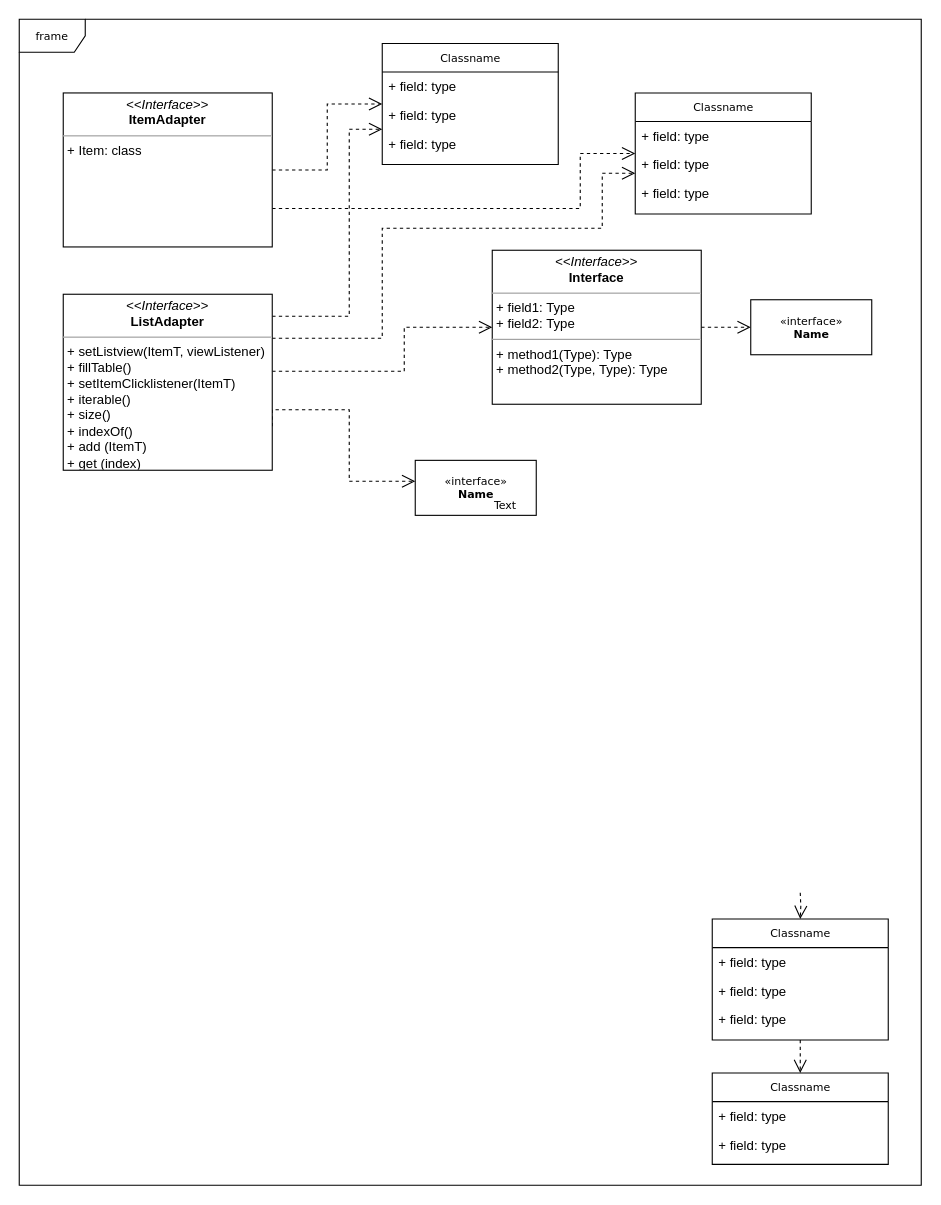
This is Assignment 02/Untitled Diagram.drawio from Mongobob/swc-group45, a draw.io file, before an edit. Source tidied: cells renumbered, new cells numbered last; positions are measured from the earlier drawing's top-left corner, leaving out a move shared by most shapes. Both pictures are drawn from the tidied source at 110%, with x=0, y=0 at pixel (19, 19).
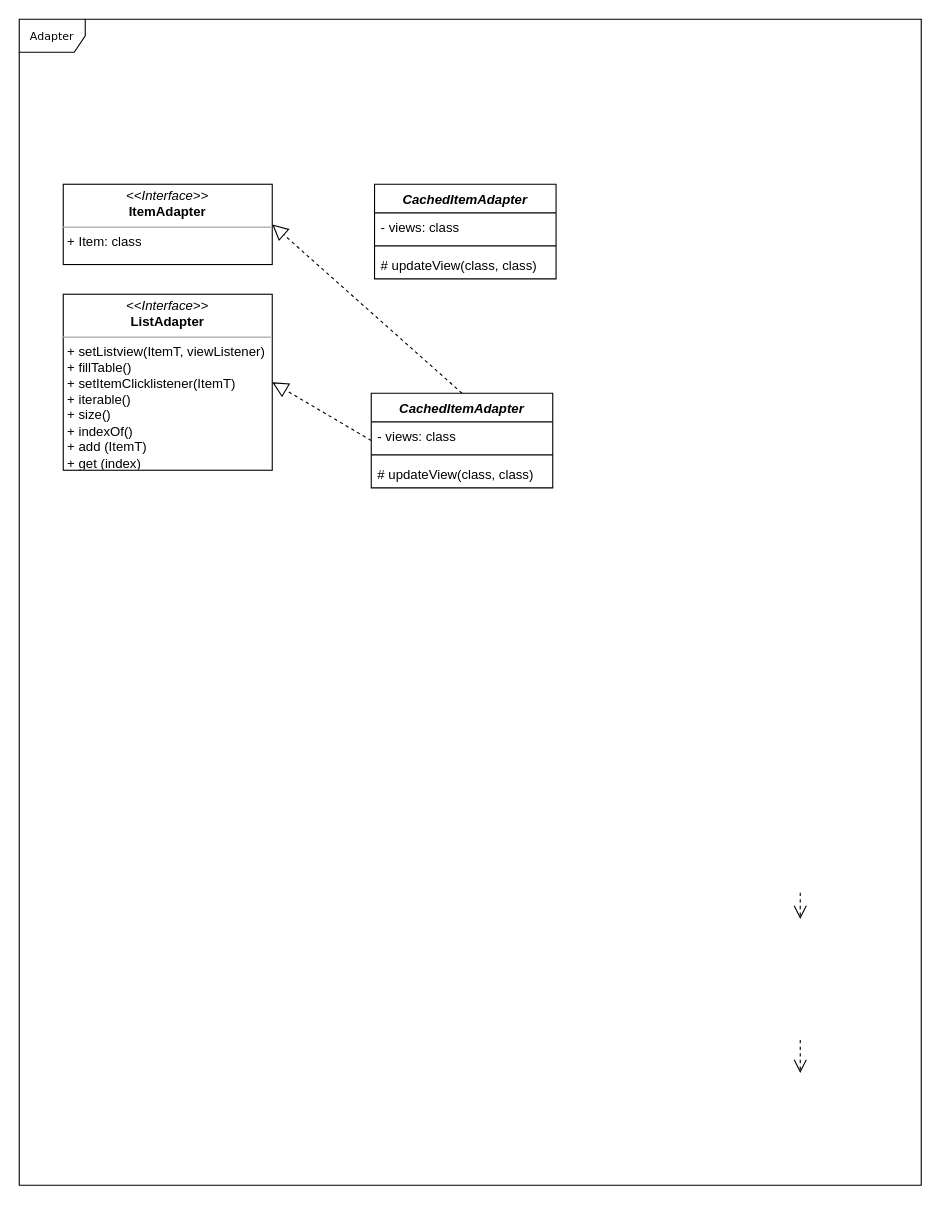
After the change.

The change refers to these unchanged cells:
```xml
<mxCell id="33" value="&lt;p style=&quot;margin: 0px ; margin-top: 4px ; text-align: center&quot;&gt;&lt;i&gt;&amp;lt;&amp;lt;Interface&amp;gt;&amp;gt;&lt;/i&gt;&lt;br&gt;&lt;b&gt;ListAdapter&lt;/b&gt;&lt;/p&gt;&lt;hr size=&quot;1&quot;&gt;&lt;p style=&quot;margin: 0px ; margin-left: 4px&quot;&gt;&lt;/p&gt;&lt;p style=&quot;margin: 0px ; margin-left: 4px&quot;&gt;+ setListview(ItemT, viewListener)&lt;br&gt;+ fillTable()&lt;/p&gt;&lt;p style=&quot;margin: 0px ; margin-left: 4px&quot;&gt;+ setItemClicklistener(ItemT)&lt;/p&gt;&lt;p style=&quot;margin: 0px ; margin-left: 4px&quot;&gt;+ iterable()&lt;/p&gt;&lt;p style=&quot;margin: 0px ; margin-left: 4px&quot;&gt;+ size()&lt;/p&gt;&lt;p style=&quot;margin: 0px ; margin-left: 4px&quot;&gt;+ indexOf()&lt;/p&gt;&lt;p style=&quot;margin: 0px ; margin-left: 4px&quot;&gt;+ add (ItemT)&lt;/p&gt;&lt;p style=&quot;margin: 0px ; margin-left: 4px&quot;&gt;+ get (index)&lt;/p&gt;&lt;p style=&quot;margin: 0px ; margin-left: 4px&quot;&gt;&lt;br&gt;&lt;/p&gt;" style="verticalAlign=top;align=left;overflow=fill;fontSize=12;fontFamily=Helvetica;html=1;rounded=0;shadow=0;comic=0;labelBackgroundColor=none;strokeWidth=1;" parent="1" vertex="1">
  <mxGeometry x="40" y="250" width="190" height="160" as="geometry" />
</mxCell>
```

Change to the diagram source:
```diff
@@
+    <mxCell id="34" value="CachedItemAdapter" style="swimlane;fontStyle=3;align=center;verticalAlign=top;horizontal=1;startSize=26;" parent="1" vertex="1">
+      <mxGeometry x="323" y="150" width="165" height="86" as="geometry" />
+    </mxCell>
+    <mxCell id="35" value="- views: class" style="text;strokeColor=none;fillColor=none;align=left;verticalAlign=top;spacingLeft=4;spacingRight=4;overflow=hidden;" parent="34" vertex="1">
+      <mxGeometry y="26" width="165" height="26" as="geometry" />
+    </mxCell>
+    <mxCell id="36" style="line;strokeWidth=1;fillColor=none;align=left;verticalAlign=middle;spacingTop=-1;spacingLeft=3;spacingRight=3;labelPosition=right;" parent="34" vertex="1">
+      <mxGeometry y="52" width="165" height="8" as="geometry" />
+    </mxCell>
+    <mxCell id="37" value="# updateView(class, class)" style="text;strokeColor=none;fillColor=none;align=left;verticalAlign=top;spacingLeft=4;spacingRight=4;overflow=hidden;" parent="34" vertex="1">
+      <mxGeometry y="60" width="165" height="26" as="geometry" />
+    </mxCell>
-    <mxCell id="2" value="frame" style="shape=umlFrame;whiteSpace=wrap;html=1;rounded=0;shadow=0;comic=0;labelBackgroundColor=none;strokeWidth=1;fontFamily=Verdana;fontSize=10;align=center;" parent="1" vertex="1">
+    <mxCell id="2" value="Adapter" style="shape=umlFrame;whiteSpace=wrap;html=1;rounded=0;shadow=0;comic=0;labelBackgroundColor=none;strokeWidth=1;fontFamily=Verdana;fontSize=10;align=center;" parent="1" vertex="1">
       <mxGeometry width="820" height="1060" as="geometry" />
     </mxCell>
-    <mxCell id="3" style="edgeStyle=orthogonalEdgeStyle;rounded=0;html=1;dashed=1;labelBackgroundColor=none;startFill=0;endArrow=open;endFill=0;endSize=10;fontFamily=Verdana;fontSize=10;" parent="1" edge="1" target="16">
+    <mxCell id="3" style="edgeStyle=orthogonalEdgeStyle;rounded=0;html=1;dashed=1;labelBackgroundColor=none;startFill=0;endArrow=open;endFill=0;endSize=10;fontFamily=Verdana;fontSize=10;" parent="1" edge="1">
       <mxGeometry relative="1" as="geometry">
         <mxPoint x="710" y="794" as="sourcePoint" />
+        <mxPoint x="710" y="818" as="targetPoint" />
       </mxGeometry>
     </mxCell>
-    <mxCell id="4" value="Classname" style="swimlane;html=1;fontStyle=0;horizontal=1;startSize=26;fillColor=none;swimlaneFillColor=#ffffff;rounded=0;shadow=0;comic=0;labelBackgroundColor=none;strokeWidth=1;fontFamily=Verdana;fontSize=10;align=center;" parent="1" vertex="1">
-      <mxGeometry x="330" y="22" width="160" height="110" as="geometry" />
-    </mxCell>
-    <mxCell id="5" value="+ field: type" style="text;html=1;strokeColor=none;fillColor=none;align=left;verticalAlign=top;spacingLeft=4;spacingRight=4;whiteSpace=wrap;overflow=hidden;" parent="4" vertex="1">
-      <mxGeometry y="26" width="160" height="26" as="geometry" />
-    </mxCell>
-    <mxCell id="6" value="+ field: type" style="text;html=1;strokeColor=none;fillColor=none;align=left;verticalAlign=top;spacingLeft=4;spacingRight=4;whiteSpace=wrap;overflow=hidden;" parent="4" vertex="1">
-      <mxGeometry y="52" width="160" height="26" as="geometry" />
-    </mxCell>
-    <mxCell id="7" value="+ field: type" style="text;html=1;strokeColor=none;fillColor=none;align=left;verticalAlign=top;spacingLeft=4;spacingRight=4;whiteSpace=wrap;overflow=hidden;" parent="4" vertex="1">
-      <mxGeometry y="78" width="160" height="26" as="geometry" />
-    </mxCell>
-    <mxCell id="8" value="Classname" style="swimlane;html=1;fontStyle=0;horizontal=1;startSize=26;fillColor=none;swimlaneFillColor=#ffffff;rounded=0;shadow=0;comic=0;labelBackgroundColor=none;strokeWidth=1;fontFamily=Verdana;fontSize=10;align=center;" parent="1" vertex="1">
-      <mxGeometry x="560" y="67" width="160" height="110" as="geometry" />
-    </mxCell>
-    <mxCell id="9" value="+ field: type" style="text;html=1;strokeColor=none;fillColor=none;align=left;verticalAlign=top;spacingLeft=4;spacingRight=4;whiteSpace=wrap;overflow=hidden;" parent="8" vertex="1">
-      <mxGeometry y="26" width="160" height="26" as="geometry" />
-    </mxCell>
-    <mxCell id="10" value="+ field: type" style="text;html=1;strokeColor=none;fillColor=none;align=left;verticalAlign=top;spacingLeft=4;spacingRight=4;whiteSpace=wrap;overflow=hidden;" parent="8" vertex="1">
-      <mxGeometry y="52" width="160" height="26" as="geometry" />
-    </mxCell>
-    <mxCell id="11" value="+ field: type" style="text;html=1;strokeColor=none;fillColor=none;align=left;verticalAlign=top;spacingLeft=4;spacingRight=4;whiteSpace=wrap;overflow=hidden;" parent="8" vertex="1">
-      <mxGeometry y="78" width="160" height="26" as="geometry" />
-    </mxCell>
-    <mxCell id="12" value="Classname" style="swimlane;html=1;fontStyle=0;horizontal=1;startSize=26;fillColor=none;swimlaneFillColor=#ffffff;rounded=0;shadow=0;comic=0;labelBackgroundColor=none;strokeWidth=1;fontFamily=Verdana;fontSize=10;align=center;" parent="1" vertex="1">
-      <mxGeometry x="630" y="958" width="160" height="83" as="geometry" />
-    </mxCell>
-    <mxCell id="13" value="+ field: type" style="text;html=1;strokeColor=none;fillColor=none;align=left;verticalAlign=top;spacingLeft=4;spacingRight=4;whiteSpace=wrap;overflow=hidden;" parent="12" vertex="1">
-      <mxGeometry y="26" width="160" height="26" as="geometry" />
-    </mxCell>
-    <mxCell id="14" value="+ field: type" style="text;html=1;strokeColor=none;fillColor=none;align=left;verticalAlign=top;spacingLeft=4;spacingRight=4;whiteSpace=wrap;overflow=hidden;" parent="12" vertex="1">
-      <mxGeometry y="52" width="160" height="26" as="geometry" />
-    </mxCell>
+    <mxCell id="38" value="CachedItemAdapter" style="swimlane;fontStyle=3;align=center;verticalAlign=top;horizontal=1;startSize=26;" parent="1" vertex="1">
+      <mxGeometry x="320" y="340" width="165" height="86" as="geometry" />
+    </mxCell>
+    <mxCell id="39" value="- views: class" style="text;strokeColor=none;fillColor=none;align=left;verticalAlign=top;spacingLeft=4;spacingRight=4;overflow=hidden;" parent="38" vertex="1">
+      <mxGeometry y="26" width="165" height="26" as="geometry" />
+    </mxCell>
+    <mxCell id="40" style="line;strokeWidth=1;fillColor=none;align=left;verticalAlign=middle;spacingTop=-1;spacingLeft=3;spacingRight=3;labelPosition=right;" parent="38" vertex="1">
+      <mxGeometry y="52" width="165" height="8" as="geometry" />
+    </mxCell>
+    <mxCell id="41" value="# updateView(class, class)" style="text;strokeColor=none;fillColor=none;align=left;verticalAlign=top;spacingLeft=4;spacingRight=4;overflow=hidden;" parent="38" vertex="1">
+      <mxGeometry y="60" width="165" height="26" as="geometry" />
+    </mxCell>
-    <mxCell id="15" style="edgeStyle=orthogonalEdgeStyle;rounded=0;html=1;dashed=1;labelBackgroundColor=none;startFill=0;endArrow=open;endFill=0;endSize=10;fontFamily=Verdana;fontSize=10;" parent="1" edge="1" source="16" target="12">
-      <mxGeometry relative="1" as="geometry" />
+    <mxCell id="15" style="edgeStyle=orthogonalEdgeStyle;rounded=0;html=1;dashed=1;labelBackgroundColor=none;startFill=0;endArrow=open;endFill=0;endSize=10;fontFamily=Verdana;fontSize=10;" parent="1" edge="1">
+      <mxGeometry relative="1" as="geometry">
+        <mxPoint x="710" y="928" as="sourcePoint" />
+        <mxPoint x="710" y="958" as="targetPoint" />
+      </mxGeometry>
     </mxCell>
-    <mxCell id="16" value="Classname" style="swimlane;html=1;fontStyle=0;horizontal=1;startSize=26;fillColor=none;swimlaneFillColor=#ffffff;rounded=0;shadow=0;comic=0;labelBackgroundColor=none;strokeWidth=1;fontFamily=Verdana;fontSize=10;align=center;" parent="1" vertex="1">
-      <mxGeometry x="630" y="818" width="160" height="110" as="geometry" />
-    </mxCell>
-    <mxCell id="17" value="+ field: type" style="text;html=1;strokeColor=none;fillColor=none;align=left;verticalAlign=top;spacingLeft=4;spacingRight=4;whiteSpace=wrap;overflow=hidden;" parent="16" vertex="1">
-      <mxGeometry y="26" width="160" height="26" as="geometry" />
-    </mxCell>
-    <mxCell id="18" value="+ field: type" style="text;html=1;strokeColor=none;fillColor=none;align=left;verticalAlign=top;spacingLeft=4;spacingRight=4;whiteSpace=wrap;overflow=hidden;" parent="16" vertex="1">
-      <mxGeometry y="52" width="160" height="26" as="geometry" />
-    </mxCell>
-    <mxCell id="19" value="+ field: type" style="text;html=1;strokeColor=none;fillColor=none;align=left;verticalAlign=top;spacingLeft=4;spacingRight=4;whiteSpace=wrap;overflow=hidden;" parent="16" vertex="1">
-      <mxGeometry y="78" width="160" height="26" as="geometry" />
-    </mxCell>
@@
-    <mxCell id="21" value="&amp;laquo;interface&amp;raquo;&lt;br&gt;&lt;b&gt;Name&lt;/b&gt;" style="html=1;rounded=0;shadow=0;comic=0;labelBackgroundColor=none;strokeWidth=1;fontFamily=Verdana;fontSize=10;align=center;" parent="1" vertex="1">
-      <mxGeometry x="360" y="401" width="110" height="50" as="geometry" />
-    </mxCell>
-    <mxCell id="22" style="edgeStyle=orthogonalEdgeStyle;rounded=0;html=1;dashed=1;labelBackgroundColor=none;startFill=0;endArrow=open;endFill=0;endSize=10;fontFamily=Verdana;fontSize=10;" parent="1" edge="1" source="23" target="25">
-      <mxGeometry relative="1" as="geometry" />
-    </mxCell>
-    <mxCell id="23" value="&lt;p style=&quot;margin:0px;margin-top:4px;text-align:center;&quot;&gt;&lt;i&gt;&amp;lt;&amp;lt;Interface&amp;gt;&amp;gt;&lt;/i&gt;&lt;br/&gt;&lt;b&gt;Interface&lt;/b&gt;&lt;/p&gt;&lt;hr size=&quot;1&quot;/&gt;&lt;p style=&quot;margin:0px;margin-left:4px;&quot;&gt;+ field1: Type&lt;br/&gt;+ field2: Type&lt;/p&gt;&lt;hr size=&quot;1&quot;/&gt;&lt;p style=&quot;margin:0px;margin-left:4px;&quot;&gt;+ method1(Type): Type&lt;br/&gt;+ method2(Type, Type): Type&lt;/p&gt;" style="verticalAlign=top;align=left;overflow=fill;fontSize=12;fontFamily=Helvetica;html=1;rounded=0;shadow=0;comic=0;labelBackgroundColor=none;strokeWidth=1;" parent="1" vertex="1">
-      <mxGeometry x="430" y="210" width="190" height="140" as="geometry" />
-    </mxCell>
-    <mxCell id="24" value="Text" style="text;html=1;align=left;verticalAlign=top;spacingTop=-4;fontSize=10;fontFamily=Verdana;fontColor=#000000;" parent="1" vertex="1">
-      <mxGeometry x="430" y="434" width="40" height="10" as="geometry" />
-    </mxCell>
-    <mxCell id="25" value="&amp;laquo;interface&amp;raquo;&lt;br&gt;&lt;b&gt;Name&lt;/b&gt;" style="html=1;rounded=0;shadow=0;comic=0;labelBackgroundColor=none;strokeWidth=1;fontFamily=Verdana;fontSize=10;align=center;" parent="1" vertex="1">
-      <mxGeometry x="665" y="255" width="110" height="50" as="geometry" />
-    </mxCell>
-    <mxCell id="26" style="edgeStyle=orthogonalEdgeStyle;rounded=0;html=1;labelBackgroundColor=none;startFill=0;endArrow=open;endFill=0;endSize=10;fontFamily=Verdana;fontSize=10;dashed=1;" parent="1" edge="1" source="28" target="4">
-      <mxGeometry relative="1" as="geometry" />
-    </mxCell>
-    <mxCell id="27" style="edgeStyle=orthogonalEdgeStyle;rounded=0;html=1;exitX=1;exitY=0.75;dashed=1;labelBackgroundColor=none;startFill=0;endArrow=open;endFill=0;endSize=10;fontFamily=Verdana;fontSize=10;" parent="1" edge="1" source="28" target="8">
-      <mxGeometry relative="1" as="geometry">
-        <Array as="points">
-          <mxPoint x="510" y="172" />
-          <mxPoint x="510" y="122" />
-        </Array>
-      </mxGeometry>
-    </mxCell>
     <mxCell id="28" value="&lt;p style=&quot;margin: 0px ; margin-top: 4px ; text-align: center&quot;&gt;&lt;i&gt;&amp;lt;&amp;lt;Interface&amp;gt;&amp;gt;&lt;/i&gt;&lt;br&gt;&lt;b&gt;ItemAdapter&lt;/b&gt;&lt;br&gt;&lt;/p&gt;&lt;hr size=&quot;1&quot;&gt;&lt;p style=&quot;margin: 0px ; margin-left: 4px&quot;&gt;+ Item: class&lt;br&gt;&lt;/p&gt;&lt;p style=&quot;margin: 0px ; margin-left: 4px&quot;&gt;&lt;br&gt;&lt;/p&gt;" style="verticalAlign=top;align=left;overflow=fill;fontSize=12;fontFamily=Helvetica;html=1;rounded=0;shadow=0;comic=0;labelBackgroundColor=none;strokeWidth=1;" parent="1" vertex="1">
-      <mxGeometry x="40" y="67" width="190" height="140" as="geometry" />
+      <mxGeometry x="40" y="150" width="190" height="73" as="geometry" />
     </mxCell>
-    <mxCell id="29" style="edgeStyle=orthogonalEdgeStyle;rounded=0;html=1;dashed=1;labelBackgroundColor=none;startFill=0;endArrow=open;endFill=0;endSize=10;fontFamily=Verdana;fontSize=10;" parent="1" edge="1" source="33" target="4">
-      <mxGeometry relative="1" as="geometry">
-        <Array as="points">
-          <mxPoint x="300" y="270" />
-          <mxPoint x="300" y="100" />
-        </Array>
-      </mxGeometry>
-    </mxCell>
-    <mxCell id="30" style="edgeStyle=orthogonalEdgeStyle;rounded=0;html=1;dashed=1;labelBackgroundColor=none;startFill=0;endArrow=open;endFill=0;endSize=10;fontFamily=Verdana;fontSize=10;" parent="1" edge="1" source="33" target="8">
-      <mxGeometry relative="1" as="geometry">
-        <Array as="points">
-          <mxPoint x="330" y="290" />
-          <mxPoint x="330" y="190" />
-          <mxPoint x="530" y="190" />
-          <mxPoint x="530" y="140" />
-        </Array>
-      </mxGeometry>
-    </mxCell>
-    <mxCell id="31" style="edgeStyle=orthogonalEdgeStyle;rounded=0;html=1;dashed=1;labelBackgroundColor=none;startFill=0;endArrow=open;endFill=0;endSize=10;fontFamily=Verdana;fontSize=10;" parent="1" edge="1" source="33" target="23">
-      <mxGeometry relative="1" as="geometry">
-        <Array as="points">
-          <mxPoint x="350" y="320" />
-          <mxPoint x="350" y="280" />
-        </Array>
-      </mxGeometry>
-    </mxCell>
-    <mxCell id="32" style="edgeStyle=orthogonalEdgeStyle;rounded=0;html=1;exitX=1;exitY=0.75;dashed=1;labelBackgroundColor=none;startFill=0;endArrow=open;endFill=0;endSize=10;fontFamily=Verdana;fontSize=10;" parent="1" edge="1" source="33" target="21">
-      <mxGeometry relative="1" as="geometry">
-        <Array as="points">
-          <mxPoint x="300" y="355" />
-          <mxPoint x="300" y="420" />
-        </Array>
-      </mxGeometry>
-    </mxCell>
@@
+    <mxCell id="42" style="endArrow=block;dashed=1;endFill=0;endSize=12;html=1;exitX=0;exitY=0.5;exitDx=0;exitDy=0;" parent="1" edge="1" source="38">
+      <mxGeometry relative="1" as="geometry">
+        <mxPoint x="230" y="330" as="targetPoint" />
+      </mxGeometry>
+    </mxCell>
+    <mxCell id="43" style="endArrow=block;dashed=1;endFill=0;endSize=12;html=1;exitX=0.5;exitY=0;exitDx=0;exitDy=0;entryX=1;entryY=0.5;entryDx=0;entryDy=0;" parent="1" edge="1" source="38" target="28">
+      <mxGeometry relative="1" as="geometry" />
+    </mxCell>
```
